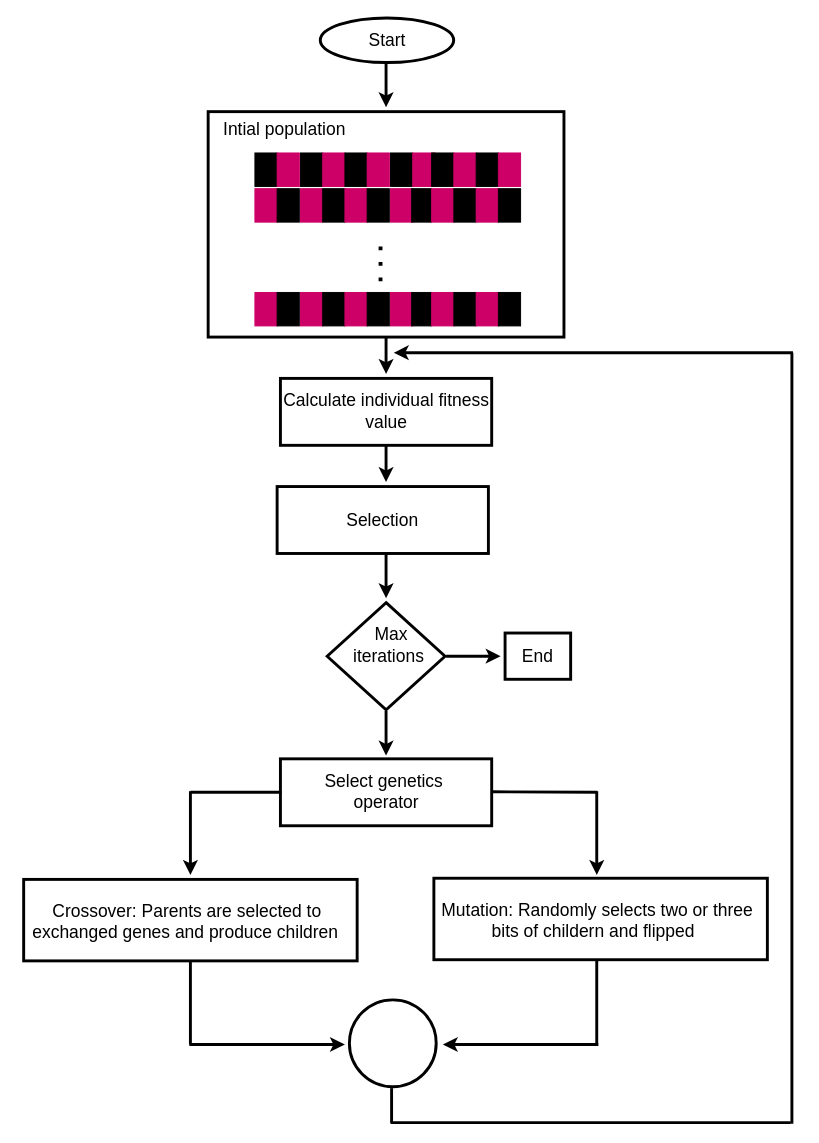
The draw.io diagram Untitled Diagram.drawio in Faisalse/ResearchWork, before the edit. Source tidied: cells renumbered, new cells numbered last; positions are measured from the earlier drawing's top-left corner, leaving out a move shared by most shapes. Both pictures are drawn from the tidied source at 97%, with x=0, y=0 at pixel (16, 17).
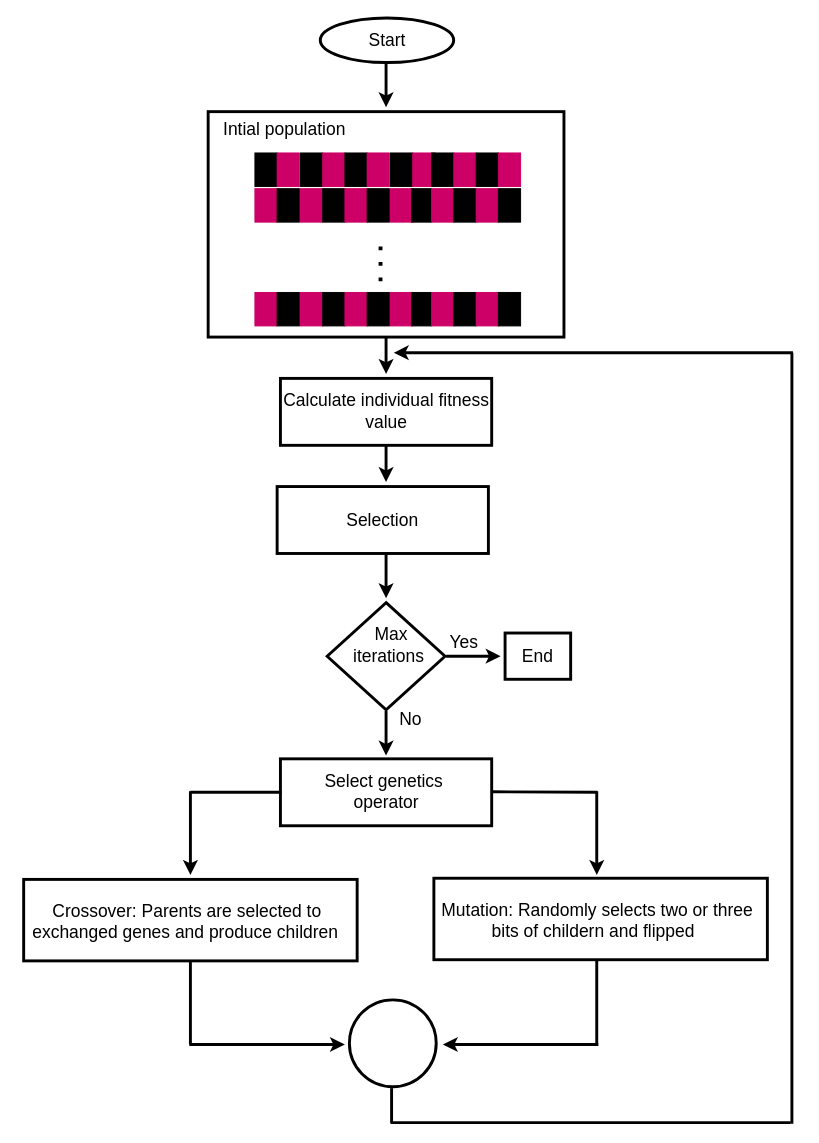
The same diagram, later.

The change refers to these unchanged cells:
```xml
<mxCell id="2" style="group;" parent="1" vertex="1">
  <mxGeometry width="800" height="1140" as="geometry" />
</mxCell>
```

Diff of the diagram source:
```diff
@@
+    <mxCell id="79" value="&lt;font style=&quot;font-size: 18px&quot; color=&quot;#000000&quot;&gt;Yes&lt;/font&gt;" style="text;html=1;strokeColor=none;fillColor=none;align=center;verticalAlign=middle;whiteSpace=wrap;rounded=0;fontColor=#5C5C5C;" parent="2" vertex="1">
+      <mxGeometry x="441.3" y="634.1" width="40" height="20" as="geometry" />
+    </mxCell>
+    <mxCell id="80" value="&lt;font style=&quot;font-size: 18px&quot; color=&quot;#000000&quot;&gt;No&lt;/font&gt;" style="text;html=1;strokeColor=none;fillColor=none;align=center;verticalAlign=middle;whiteSpace=wrap;rounded=0;fontColor=#5C5C5C;" parent="2" vertex="1">
+      <mxGeometry x="386" y="713.2" width="40" height="20" as="geometry" />
+    </mxCell>
```
